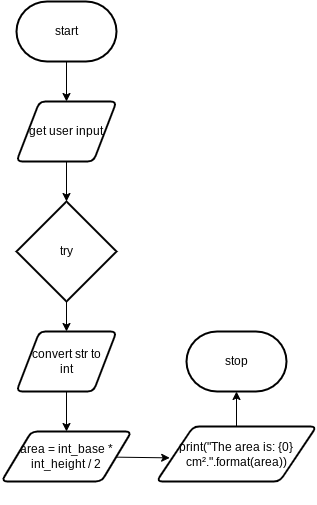
Earlier version of the draw.io export design/flowchart.png (zaida-hammmel2108/ICS3U-Unit5-02-Python). Source tidied: cells renumbered, new cells last; positions are measured from the earlier drawing's top-left corner, leaving out a move shared by most shapes.
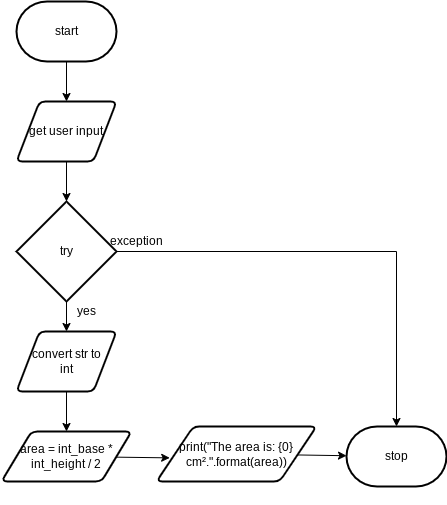
The same diagram one commit later.

What changed in the source:
```diff
@@ -25,6 +25,9 @@
     <mxCell id="7" style="edgeStyle=none;html=1;" parent="1" edge="1" source="8" target="10">
       <mxGeometry relative="1" as="geometry" />
     </mxCell>
+    <mxCell id="16" style="edgeStyle=orthogonalEdgeStyle;html=1;entryX=0.5;entryY=0;entryDx=0;entryDy=0;entryPerimeter=0;rounded=0;" parent="1" edge="1" source="8" target="15">
+      <mxGeometry relative="1" as="geometry" />
+    </mxCell>
     <mxCell id="8" value="try" style="strokeWidth=2;html=1;shape=mxgraph.flowchart.decision;whiteSpace=wrap;" parent="1" vertex="1">
       <mxGeometry x="15" y="200" width="100" height="100" as="geometry" />
     </mxCell>
@@ -42,14 +45,20 @@
     <mxCell id="12" value="area = int_base * int_height / 2" style="shape=parallelogram;html=1;strokeWidth=2;perimeter=parallelogramPerimeter;whiteSpace=wrap;rounded=1;arcSize=12;size=0.23;" parent="1" vertex="1">
       <mxGeometry y="430" width="130" height="50" as="geometry" />
     </mxCell>
-    <mxCell id="13" style="edgeStyle=none;html=1;entryX=0.5;entryY=1;entryDx=0;entryDy=0;entryPerimeter=0;" parent="1" edge="1" source="14" target="15">
+    <mxCell id="13" style="edgeStyle=none;html=1;" parent="1" edge="1" source="14" target="15">
       <mxGeometry relative="1" as="geometry" />
     </mxCell>
     <mxCell id="14" value="print(&quot;The area is: {0} cm².&quot;.format(area))" style="shape=parallelogram;html=1;strokeWidth=2;perimeter=parallelogramPerimeter;whiteSpace=wrap;rounded=1;arcSize=12;size=0.23;" parent="1" vertex="1">
       <mxGeometry x="155" y="425" width="160" height="55" as="geometry" />
     </mxCell>
     <mxCell id="15" value="stop" style="strokeWidth=2;html=1;shape=mxgraph.flowchart.terminator;whiteSpace=wrap;" parent="1" vertex="1">
-      <mxGeometry x="185" y="330" width="100" height="60" as="geometry" />
+      <mxGeometry x="345" y="425" width="100" height="60" as="geometry" />
     </mxCell>
+    <mxCell id="17" value="exception" style="text;html=1;align=center;verticalAlign=middle;strokeColor=none;fillColor=none;" parent="1" vertex="1">
+      <mxGeometry x="100" y="230" width="70" height="20" as="geometry" />
+    </mxCell>
+    <mxCell id="18" value="yes" style="text;html=1;align=center;verticalAlign=middle;strokeColor=none;fillColor=none;" parent="1" vertex="1">
+      <mxGeometry x="70" y="300" width="30" height="20" as="geometry" />
+    </mxCell>
   </root>
 </mxGraphModel>
```
